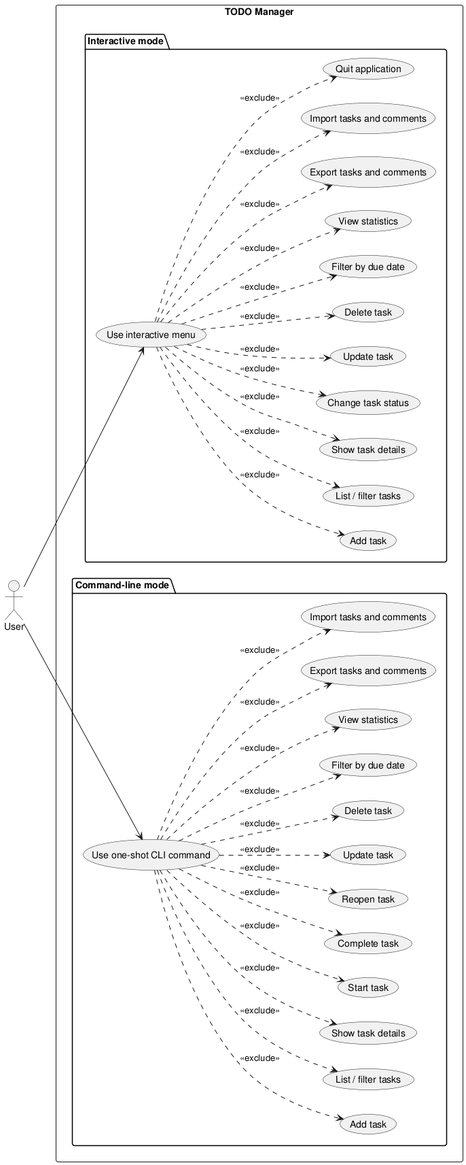
The PlantUML diagram experiments/pipeline/test_driven/TODO/artifacts/use_case_diagram.png in DanielRiha8906/Software_autoevolution_using_agents, before a commit.
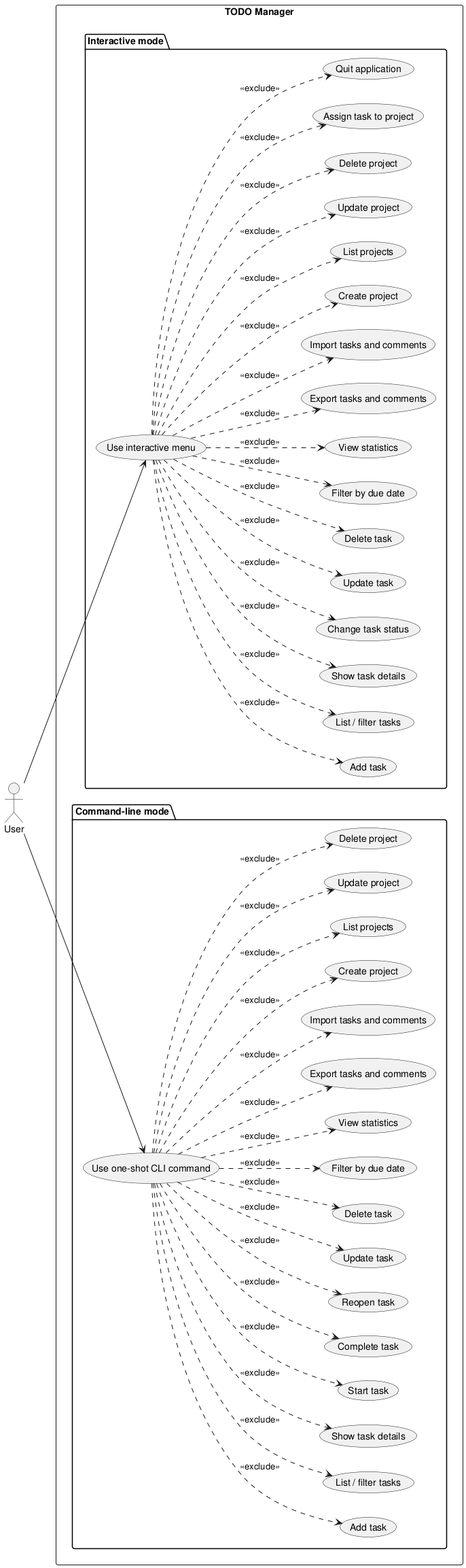
The same file after the commit.

The edit, as a diff of the source:
```diff
@@ -18,6 +18,11 @@
     usecase "View statistics" as I_STATS
     usecase "Export tasks and comments" as I_EXPORT
     usecase "Import tasks and comments" as I_IMPORT
+    usecase "Create project" as I_CREATE_PROJ
+    usecase "List projects" as I_LIST_PROJ
+    usecase "Update project" as I_UPDATE_PROJ
+    usecase "Delete project" as I_DELETE_PROJ
+    usecase "Assign task to project" as I_ASSIGN_PROJ
     usecase "Quit application" as I_QUIT
   }
 
@@ -35,6 +40,10 @@
     usecase "View statistics" as C_STATS
     usecase "Export tasks and comments" as C_EXPORT
     usecase "Import tasks and comments" as C_IMPORT
+    usecase "Create project" as C_CREATE_PROJ
+    usecase "List projects" as C_LIST_PROJ
+    usecase "Update project" as C_UPDATE_PROJ
+    usecase "Delete project" as C_DELETE_PROJ
   }
 }
 
@@ -51,6 +60,11 @@
 UI ..> I_STATS      : <<exclude>>
 UI ..> I_EXPORT     : <<exclude>>
 UI ..> I_IMPORT     : <<exclude>>
+UI ..> I_CREATE_PROJ : <<exclude>>
+UI ..> I_LIST_PROJ  : <<exclude>>
+UI ..> I_UPDATE_PROJ : <<exclude>>
+UI ..> I_DELETE_PROJ : <<exclude>>
+UI ..> I_ASSIGN_PROJ : <<exclude>>
 UI ..> I_QUIT       : <<exclude>>
 
 CLI ..> C_ADD        : <<exclude>>
@@ -65,5 +79,9 @@
 CLI ..> C_STATS      : <<exclude>>
 CLI ..> C_EXPORT     : <<exclude>>
 CLI ..> C_IMPORT     : <<exclude>>
+CLI ..> C_CREATE_PROJ : <<exclude>>
+CLI ..> C_LIST_PROJ  : <<exclude>>
+CLI ..> C_UPDATE_PROJ : <<exclude>>
+CLI ..> C_DELETE_PROJ : <<exclude>>
 
 @enduml
```
